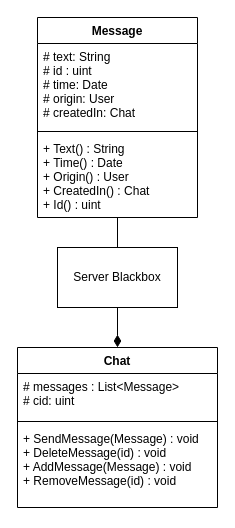
Earlier version of the draw.io diagram Docs/class.drawio (Stellarthoughts/Chat-CS). Source tidied: cells renumbered, new cells numbered last; positions are measured from the earlier drawing's top-left corner, leaving out a move shared by most shapes. Both pictures are drawn from the tidied source at 100%, with x=0, y=0 at pixel (17, 17).
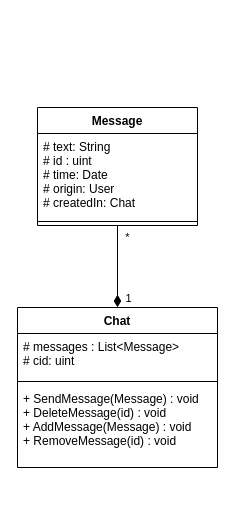
Above is the later version.

Commit message (it also covers changes not shown here):
fix: corrected uml

Diff of the diagram source:
```diff
@@
 <mxGraphModel>
   <root>
     <mxCell id="0" />
     <mxCell id="1" parent="0" />
     <mxCell id="2" value="Chat" style="swimlane;fontStyle=1;align=center;verticalAlign=top;horizontal=1;startSize=26;" parent="1" vertex="1">
-      <mxGeometry y="330" width="200" height="160" as="geometry" />
+      <mxGeometry y="290" width="200" height="160" as="geometry" />
     </mxCell>
     <mxCell id="3" value="# messages : List&lt;Message&gt;&#10;# cid: uint" style="text;strokeColor=none;fillColor=none;align=left;verticalAlign=top;spacingLeft=4;spacingRight=4;overflow=hidden;" parent="2" vertex="1">
       <mxGeometry y="26" width="200" height="44" as="geometry" />
     </mxCell>
     <mxCell id="4" style="line;strokeWidth=1;fillColor=none;align=left;verticalAlign=middle;spacingTop=-1;spacingLeft=3;spacingRight=3;labelPosition=right;" parent="2" vertex="1">
       <mxGeometry y="70" width="200" height="8" as="geometry" />
     </mxCell>
     <mxCell id="5" value="+ SendMessage(Message) : void&#10;+ DeleteMessage(id) : void&#10;+ AddMessage(Message) : void&#10;+ RemoveMessage(id) : void" style="text;strokeColor=none;fillColor=none;align=left;verticalAlign=top;spacingLeft=4;spacingRight=4;overflow=hidden;" parent="2" vertex="1">
       <mxGeometry y="78" width="200" height="82" as="geometry" />
     </mxCell>
-    <mxCell id="6" style="edgeStyle=orthogonalEdgeStyle;rounded=0;jettySize=auto;html=1;entryX=0.5;entryY=0;entryDx=0;entryDy=0;endArrow=diamondThin;endFill=1;endSize=10;" parent="1" edge="1" source="7" target="2">
-      <mxGeometry relative="1" as="geometry" />
+    <mxCell id="6" value="*" style="edgeStyle=orthogonalEdgeStyle;rounded=0;jettySize=auto;html=1;entryX=0.5;entryY=0;entryDx=0;entryDy=0;endArrow=diamondThin;endFill=1;endSize=10;" parent="1" edge="1" source="7" target="2">
+      <mxGeometry x="-0.71" y="10" relative="1" as="geometry" />
     </mxCell>
+    <mxCell id="12" value="1" style="edgeLabel;html=1;align=center;verticalAlign=middle;" parent="6" vertex="1">
+      <mxGeometry x="0.76" relative="1" as="geometry">
+        <mxPoint x="10" as="offset" />
+      </mxGeometry>
+    </mxCell>
     <mxCell id="7" value="Message" style="swimlane;fontStyle=1;align=center;verticalAlign=top;horizontal=1;startSize=26;" parent="1" vertex="1">
-      <mxGeometry x="20" width="160" height="200" as="geometry" />
+      <mxGeometry x="20" y="90" width="160" height="118" as="geometry" />
     </mxCell>
     <mxCell id="8" value="# text: String&#10;# id : uint&#10;# time: Date&#10;# origin: User&#10;# createdIn: Chat" style="text;strokeColor=none;fillColor=none;align=left;verticalAlign=top;spacingLeft=4;spacingRight=4;overflow=hidden;" parent="7" vertex="1">
       <mxGeometry y="26" width="160" height="84" as="geometry" />
     </mxCell>
     <mxCell id="9" style="line;strokeWidth=1;fillColor=none;align=left;verticalAlign=middle;spacingTop=-1;spacingLeft=3;spacingRight=3;labelPosition=right;" parent="7" vertex="1">
       <mxGeometry y="110" width="160" height="8" as="geometry" />
     </mxCell>
-    <mxCell id="10" value="+ Text() : String&#10;+ Time() : Date&#10;+ Origin() : User&#10;+ CreatedIn() : Chat&#10;+ Id() : uint" style="text;strokeColor=none;fillColor=none;align=left;verticalAlign=top;spacingLeft=4;spacingRight=4;overflow=hidden;" parent="7" vertex="1">
-      <mxGeometry y="118" width="160" height="82" as="geometry" />
-    </mxCell>
-    <mxCell id="11" value="Server Blackbox" style="rounded=0;whiteSpace=wrap;html=1;" parent="1" vertex="1">
-      <mxGeometry x="40" y="230" width="120" height="60" as="geometry" />
-    </mxCell>
   </root>
 </mxGraphModel>
```
